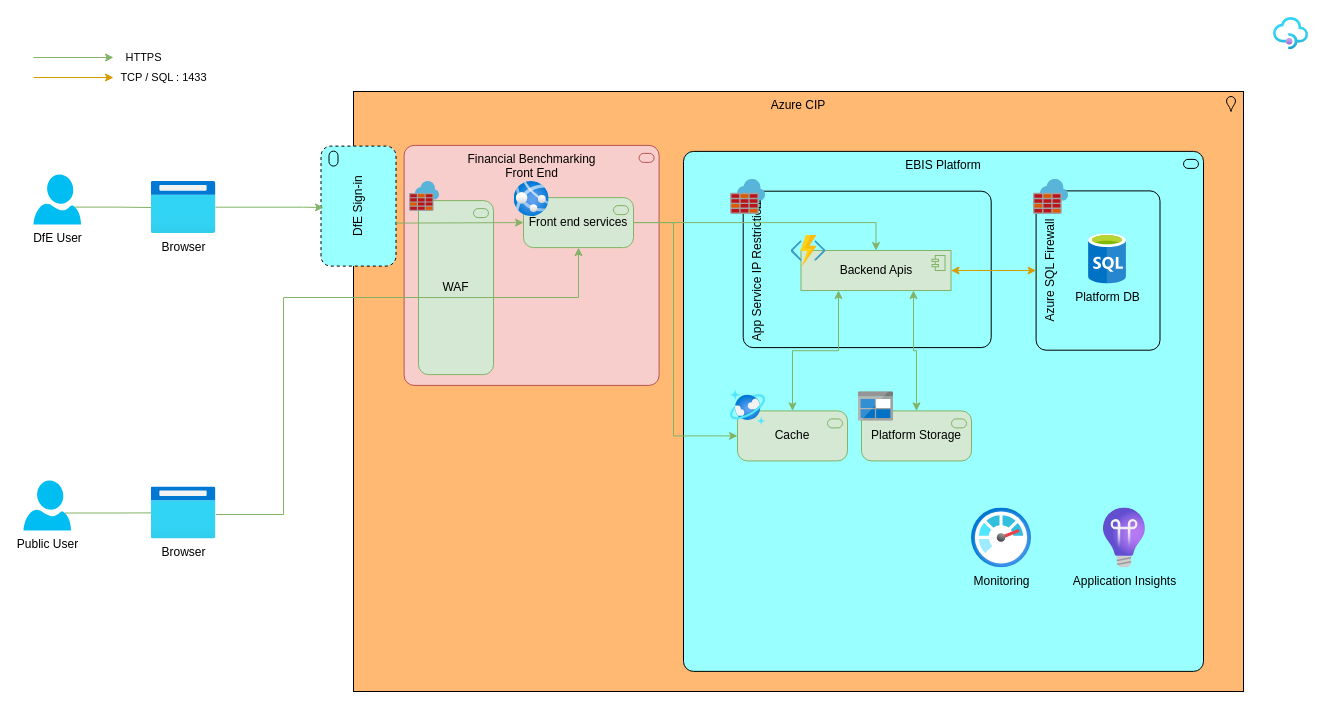
DFE-Digital/education-benchmarking-and-insights keeps this draw.io diagram as page "High Level Viewpoint" (3 of 25) of documentation/architecture/Example-Diagrams.drawio. Above is the earlier version. Source tidied: cells renumbered, new cells numbered last; positions are measured from the earlier drawing's top-left corner, leaving out a move shared by most shapes. Both pictures are drawn from the tidied source at 100%, with x=0, y=0 at pixel (23, 17).
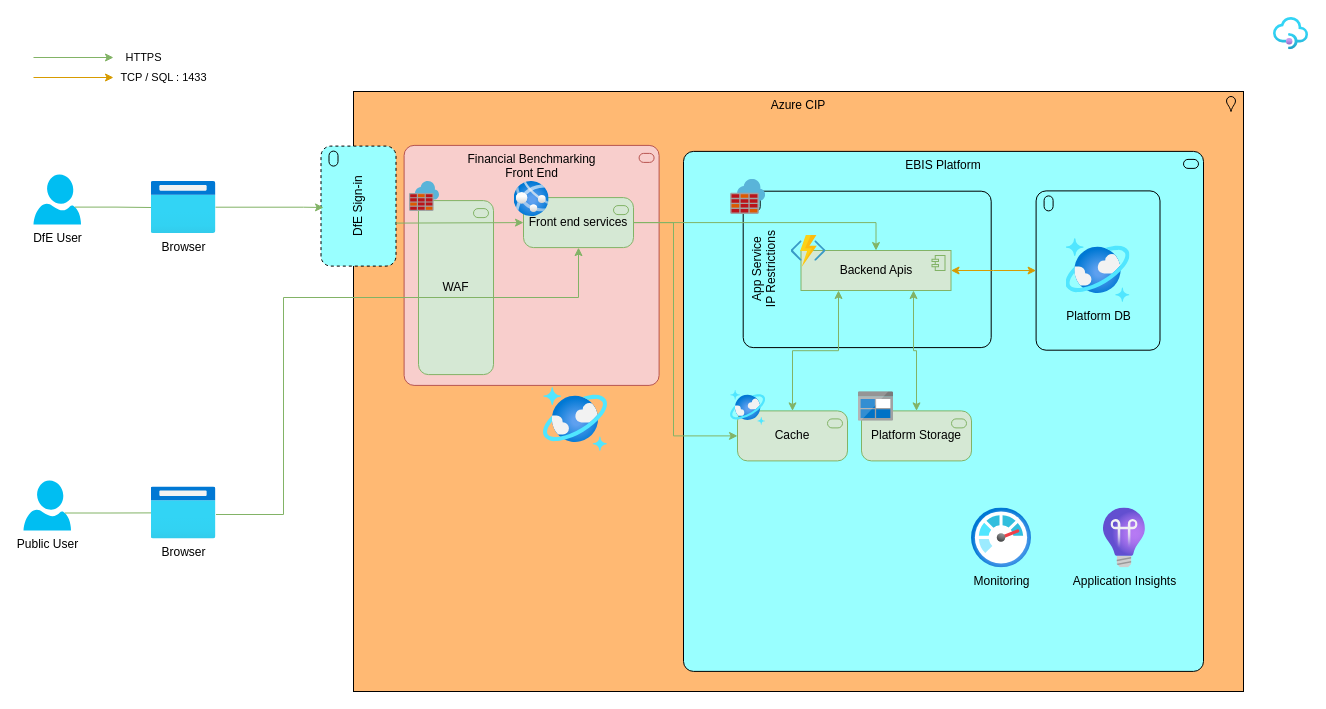
Above is the later version.

Diff of the diagram source:
```diff
@@
-    <mxCell id="4" value="App Service IP Restrictions" style="html=1;whiteSpace=wrap;fillColor=#99ffff;shape=mxgraph.archimate3.application;appType=serv;archiType=rounded;rotation=-90;verticalAlign=top;" parent="1" vertex="1">
+    <mxCell id="4" value="App Service&lt;br&gt;IP Restrictions" style="html=1;whiteSpace=wrap;fillColor=#99ffff;shape=mxgraph.archimate3.application;appType=serv;archiType=rounded;rotation=-90;verticalAlign=top;" parent="1" vertex="1">
       <mxGeometry x="765.5" y="127.9" width="156.4" height="248" as="geometry" />
     </mxCell>
@@
-    <mxCell id="19" value="Azure SQL Firewall" style="html=1;outlineConnect=0;whiteSpace=wrap;fillColor=#99ffff;shape=mxgraph.archimate3.application;appType=serv;archiType=rounded;rotation=-90;verticalAlign=top;" parent="1" vertex="1">
+    <mxCell id="19" style="html=1;outlineConnect=0;whiteSpace=wrap;fillColor=#99ffff;shape=mxgraph.archimate3.application;appType=serv;archiType=rounded;rotation=-90;verticalAlign=top;" parent="1" vertex="1">
       <mxGeometry x="994.9" y="191.1" width="159.3" height="123.9" as="geometry" />
     </mxCell>
-    <mxCell id="20" style="html=1;align=center;image;fontSize=12;image=img/lib/mscae/Azure_Firewall.svg;" parent="1" vertex="1">
-      <mxGeometry x="1010" y="161.9" width="35" height="35" as="geometry" />
-    </mxCell>
-    <mxCell id="21" value="Platform DB" style="html=1;align=center;image;fontSize=12;image=img/lib/mscae/SQL_Database_generic.svg;labelBackgroundColor=none;" parent="1" vertex="1">
-      <mxGeometry x="1065" y="216.4" width="38" height="50" as="geometry" />
-    </mxCell>
@@
+    <mxCell id="41" style="image;html=1;align=center;fontSize=12;image=img/lib/azure2/databases/Azure_Cosmos_DB.svg;" parent="1" vertex="1">
+      <mxGeometry x="520" y="370" width="64" height="64" as="geometry" />
+    </mxCell>
+    <mxCell id="21" value="Platform DB" style="image;html=1;align=center;fontSize=12;image=img/lib/azure2/databases/Azure_Cosmos_DB.svg;labelBackgroundColor=none;" parent="1" vertex="1">
+      <mxGeometry x="1042.5" y="221" width="64" height="64" as="geometry" />
+    </mxCell>
```
